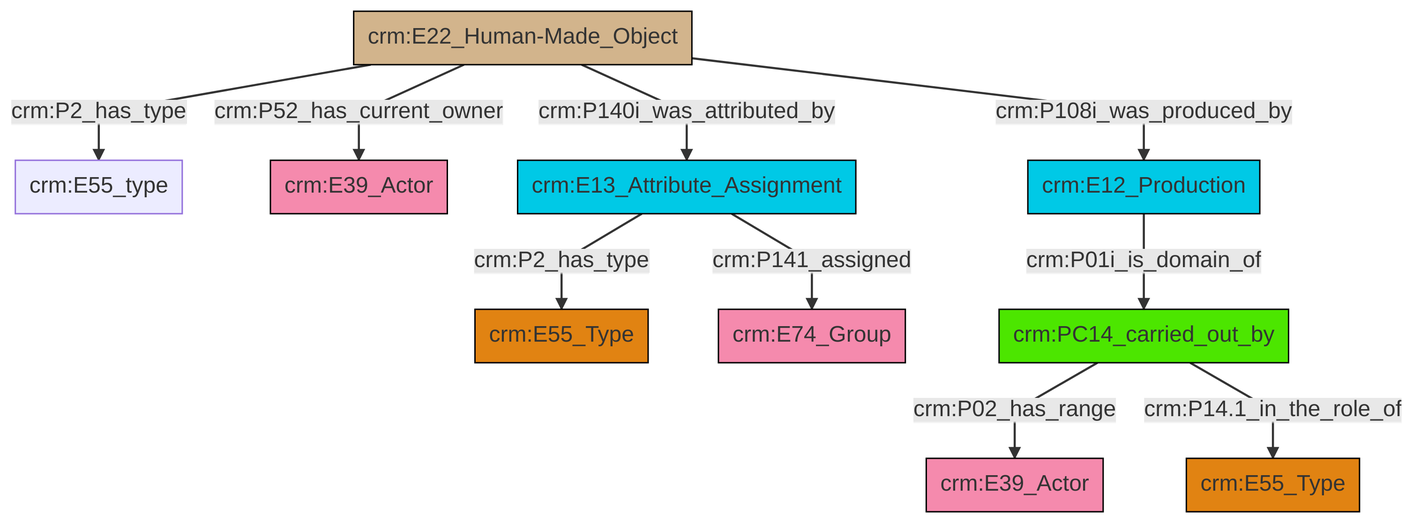
This is et/builtWorkCSV/ttl/mmd/png/Built_Work_actor_relations.png from swiss-art-research-net/docs.swissartresearch, a Mermaid export, as it was before one commit. Its source is kept beside it as et/builtWorkCSV/ttl/mmd/Built_Work_actor_relations.ttl.mmd.
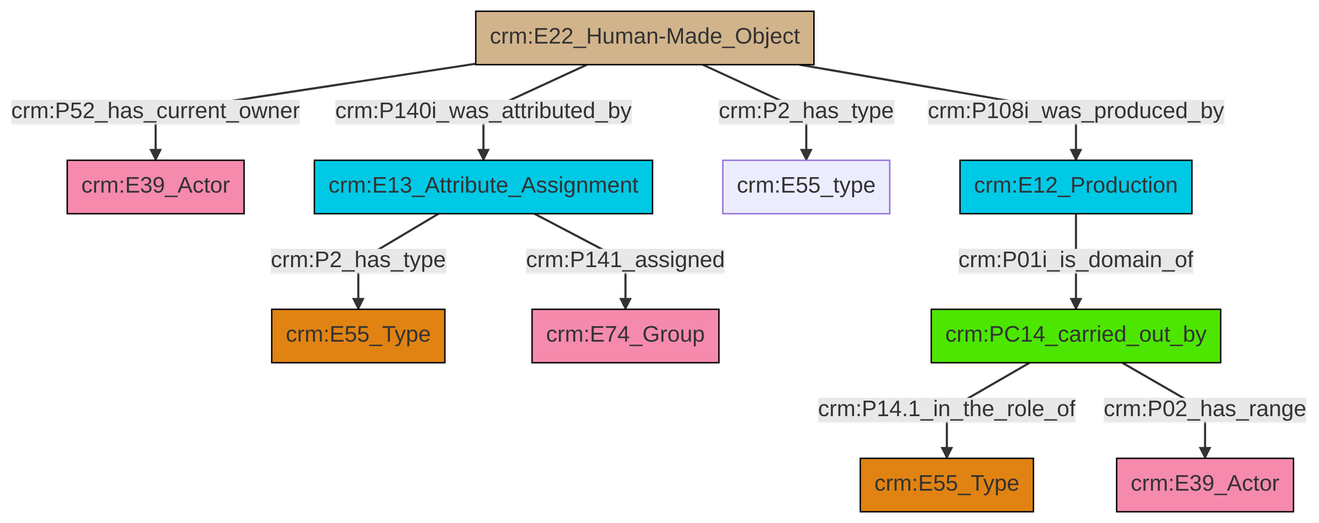
After the commit.

The edit, as a diff of the source:
```diff
@@ -13,12 +13,12 @@
 classDef PC_Classes fill:#4ce600, stroke:#000000;
 classDef Multi fill:#cccccc,stroke:#000000;
 
-8["crm:E22_Human-Made_Object"]:::Physical_Thing -->|crm:P2_has_type| 0["crm:E55_type"]:::Default
-9["crm:E13_Attribute_Assignment"]:::Temporal_Entity -->|crm:P2_has_type| 6["crm:E55_Type"]:::Type
-8["crm:E22_Human-Made_Object"]:::Physical_Thing -->|crm:P108i_was_produced_by| 4["crm:E12_Production"]:::Temporal_Entity
-14["crm:PC14_carried_out_by"]:::PC_Classes -->|crm:P02_has_range| 15["crm:E39_Actor"]:::Actor
-8["crm:E22_Human-Made_Object"]:::Physical_Thing -->|crm:P52_has_current_owner| 2["crm:E39_Actor"]:::Actor
-4["crm:E12_Production"]:::Temporal_Entity -->|crm:P01i_is_domain_of| 14["crm:PC14_carried_out_by"]:::PC_Classes
-9["crm:E13_Attribute_Assignment"]:::Temporal_Entity -->|crm:P141_assigned| 10["crm:E74_Group"]:::Actor
-8["crm:E22_Human-Made_Object"]:::Physical_Thing -->|crm:P140i_was_attributed_by| 9["crm:E13_Attribute_Assignment"]:::Temporal_Entity
-14["crm:PC14_carried_out_by"]:::PC_Classes -->|crm:P14.1_in_the_role_of| 18["crm:E55_Type"]:::Type
+8["crm:E22_Human-Made_Object"]:::Physical_Thing -->|crm:P52_has_current_owner| 9["crm:E39_Actor"]:::Actor
+10["crm:PC14_carried_out_by"]:::PC_Classes -->|crm:P14.1_in_the_role_of| 4["crm:E55_Type"]:::Type
+8["crm:E22_Human-Made_Object"]:::Physical_Thing -->|crm:P140i_was_attributed_by| 0["crm:E13_Attribute_Assignment"]:::Temporal_Entity
+8["crm:E22_Human-Made_Object"]:::Physical_Thing -->|crm:P2_has_type| 6["crm:E55_type"]:::Default
+15["crm:E12_Production"]:::Temporal_Entity -->|crm:P01i_is_domain_of| 10["crm:PC14_carried_out_by"]:::PC_Classes
+8["crm:E22_Human-Made_Object"]:::Physical_Thing -->|crm:P108i_was_produced_by| 15["crm:E12_Production"]:::Temporal_Entity
+0["crm:E13_Attribute_Assignment"]:::Temporal_Entity -->|crm:P2_has_type| 2["crm:E55_Type"]:::Type
+10["crm:PC14_carried_out_by"]:::PC_Classes -->|crm:P02_has_range| 13["crm:E39_Actor"]:::Actor
+0["crm:E13_Attribute_Assignment"]:::Temporal_Entity -->|crm:P141_assigned| 18["crm:E74_Group"]:::Actor
```
